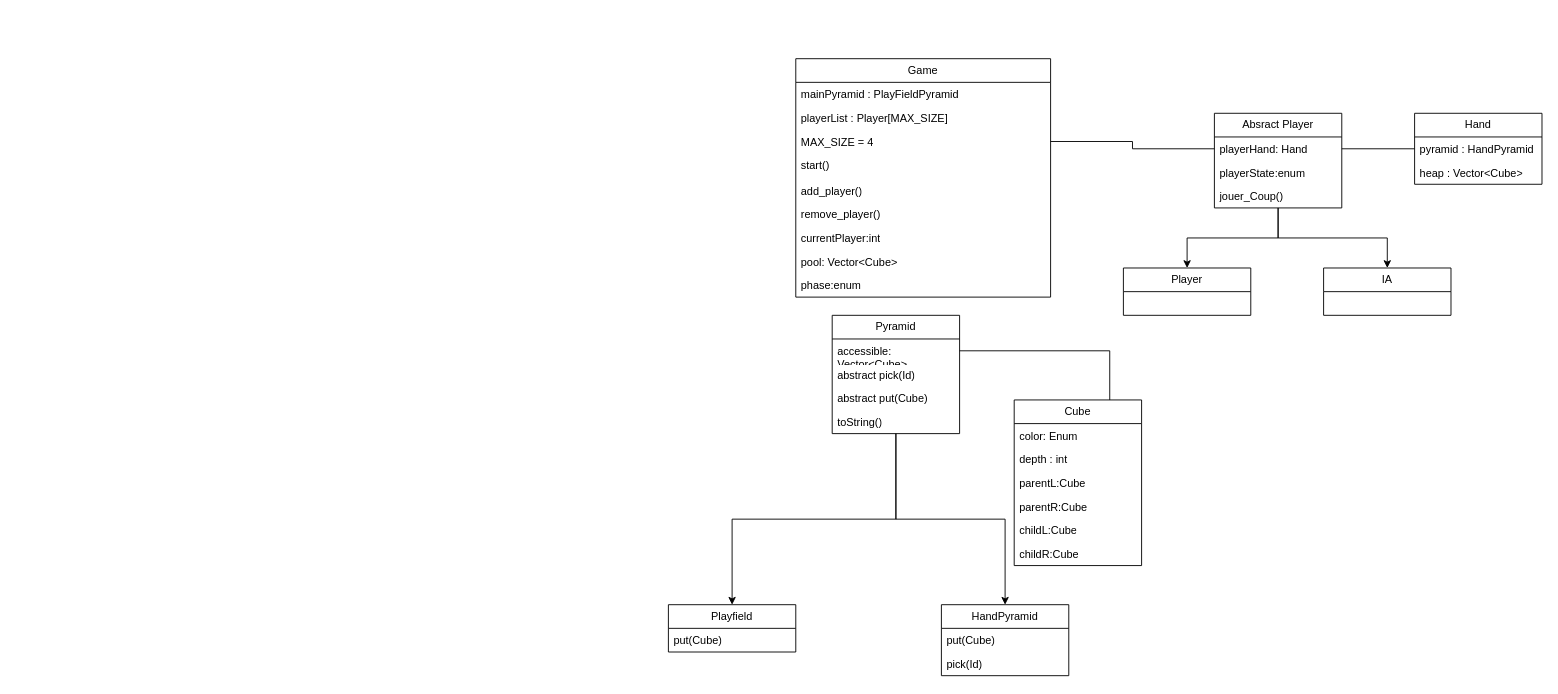
Above: Model_K3.drawio in Wicklyy/K4.0 (draw.io), before the change. Source tidied: cells renumbered, new cells numbered last; positions are measured from the earlier drawing's top-left corner, leaving out a move shared by most shapes. Both pictures are drawn from the tidied source at 91%, with x=0, y=0 at pixel (668, 58).
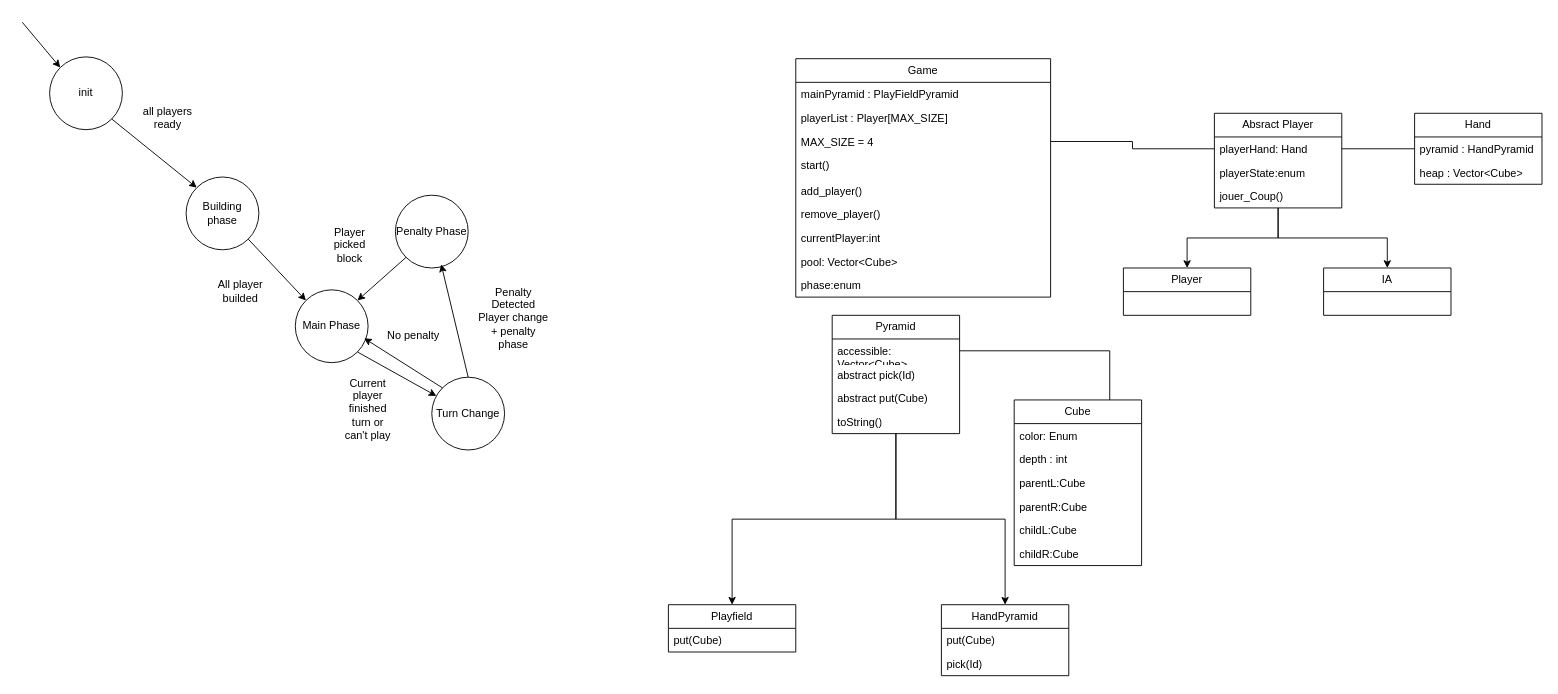
Above is the later version.

Diff of the diagram source:
```diff
@@
+    <mxCell id="45" value="init" style="ellipse;whiteSpace=wrap;html=1;" parent="1" vertex="1">
+      <mxGeometry x="-680" y="-2" width="80" height="80" as="geometry" />
+    </mxCell>
+    <mxCell id="46" style="endArrow=classic;html=1;rounded=0;entryX=0;entryY=0;entryDx=0;entryDy=0;" parent="1" edge="1" target="45">
+      <mxGeometry relative="1" as="geometry">
+        <mxPoint x="-710" y="-40" as="sourcePoint" />
+      </mxGeometry>
+    </mxCell>
+    <mxCell id="47" value="Building phase" style="ellipse;whiteSpace=wrap;html=1;" parent="1" vertex="1">
+      <mxGeometry x="-530" y="130" width="80" height="80" as="geometry" />
+    </mxCell>
+    <mxCell id="48" style="endArrow=classic;html=1;rounded=0;entryX=0;entryY=0;entryDx=0;entryDy=0;exitX=1;exitY=1;exitDx=0;exitDy=0;" parent="1" edge="1" source="45" target="47">
+      <mxGeometry relative="1" as="geometry" />
+    </mxCell>
+    <mxCell id="49" value="all players ready" style="text;html=1;align=center;verticalAlign=middle;whiteSpace=wrap;rounded=0;" parent="1" vertex="1">
+      <mxGeometry x="-580" y="50" width="60" height="30" as="geometry" />
+    </mxCell>
+    <mxCell id="50" value="Main Phase" style="ellipse;whiteSpace=wrap;html=1;" parent="1" vertex="1">
+      <mxGeometry x="-410" y="254" width="80" height="80" as="geometry" />
+    </mxCell>
+    <mxCell id="51" style="endArrow=classic;html=1;rounded=0;exitX=1;exitY=1;exitDx=0;exitDy=0;entryX=0;entryY=0;entryDx=0;entryDy=0;" parent="1" edge="1" source="47" target="50">
+      <mxGeometry relative="1" as="geometry" />
+    </mxCell>
+    <mxCell id="52" value="Penalty Phase" style="ellipse;whiteSpace=wrap;html=1;" parent="1" vertex="1">
+      <mxGeometry x="-300" y="150" width="80" height="80" as="geometry" />
+    </mxCell>
+    <mxCell id="53" value="Turn Change" style="ellipse;whiteSpace=wrap;html=1;" parent="1" vertex="1">
+      <mxGeometry x="-260" y="350" width="80" height="80" as="geometry" />
+    </mxCell>
+    <mxCell id="54" style="endArrow=classic;html=1;rounded=0;exitX=1;exitY=1;exitDx=0;exitDy=0;" parent="1" edge="1" source="50" target="53">
+      <mxGeometry relative="1" as="geometry" />
+    </mxCell>
+    <mxCell id="55" value="Current player finished turn or can't play" style="text;html=1;align=center;verticalAlign=middle;whiteSpace=wrap;rounded=0;" parent="1" vertex="1">
+      <mxGeometry x="-360" y="370" width="60" height="30" as="geometry" />
+    </mxCell>
+    <mxCell id="56" style="endArrow=classic;html=1;rounded=0;exitX=0.5;exitY=0;exitDx=0;exitDy=0;entryX=0.629;entryY=0.95;entryDx=0;entryDy=0;entryPerimeter=0;" parent="1" edge="1" source="53" target="52">
+      <mxGeometry relative="1" as="geometry" />
+    </mxCell>
+    <mxCell id="57" value="&lt;div&gt;Penalty Detected&lt;/div&gt;Player change + penalty phase" style="text;html=1;align=center;verticalAlign=middle;whiteSpace=wrap;rounded=0;" parent="1" vertex="1">
+      <mxGeometry x="-210" y="270" width="80" height="30" as="geometry" />
+    </mxCell>
+    <mxCell id="58" style="endArrow=classic;html=1;rounded=0;exitX=0;exitY=1;exitDx=0;exitDy=0;entryX=1;entryY=0;entryDx=0;entryDy=0;" parent="1" edge="1" source="52" target="50">
+      <mxGeometry relative="1" as="geometry" />
+    </mxCell>
+    <mxCell id="59" value="Player picked block" style="text;html=1;align=center;verticalAlign=middle;whiteSpace=wrap;rounded=0;" parent="1" vertex="1">
+      <mxGeometry x="-380" y="190" width="60" height="30" as="geometry" />
+    </mxCell>
+    <mxCell id="60" style="endArrow=classic;html=1;rounded=0;exitX=0;exitY=0;exitDx=0;exitDy=0;entryX=0.945;entryY=0.665;entryDx=0;entryDy=0;entryPerimeter=0;" parent="1" edge="1" source="53" target="50">
+      <mxGeometry relative="1" as="geometry" />
+    </mxCell>
+    <mxCell id="61" value="No penalty" style="text;html=1;align=center;verticalAlign=middle;whiteSpace=wrap;rounded=0;" parent="1" vertex="1">
+      <mxGeometry x="-310" y="290" width="60" height="30" as="geometry" />
+    </mxCell>
+    <mxCell id="62" value="All player builded" style="text;html=1;align=center;verticalAlign=middle;whiteSpace=wrap;rounded=0;" parent="1" vertex="1">
+      <mxGeometry x="-500" y="241" width="60" height="30" as="geometry" />
+    </mxCell>
```
